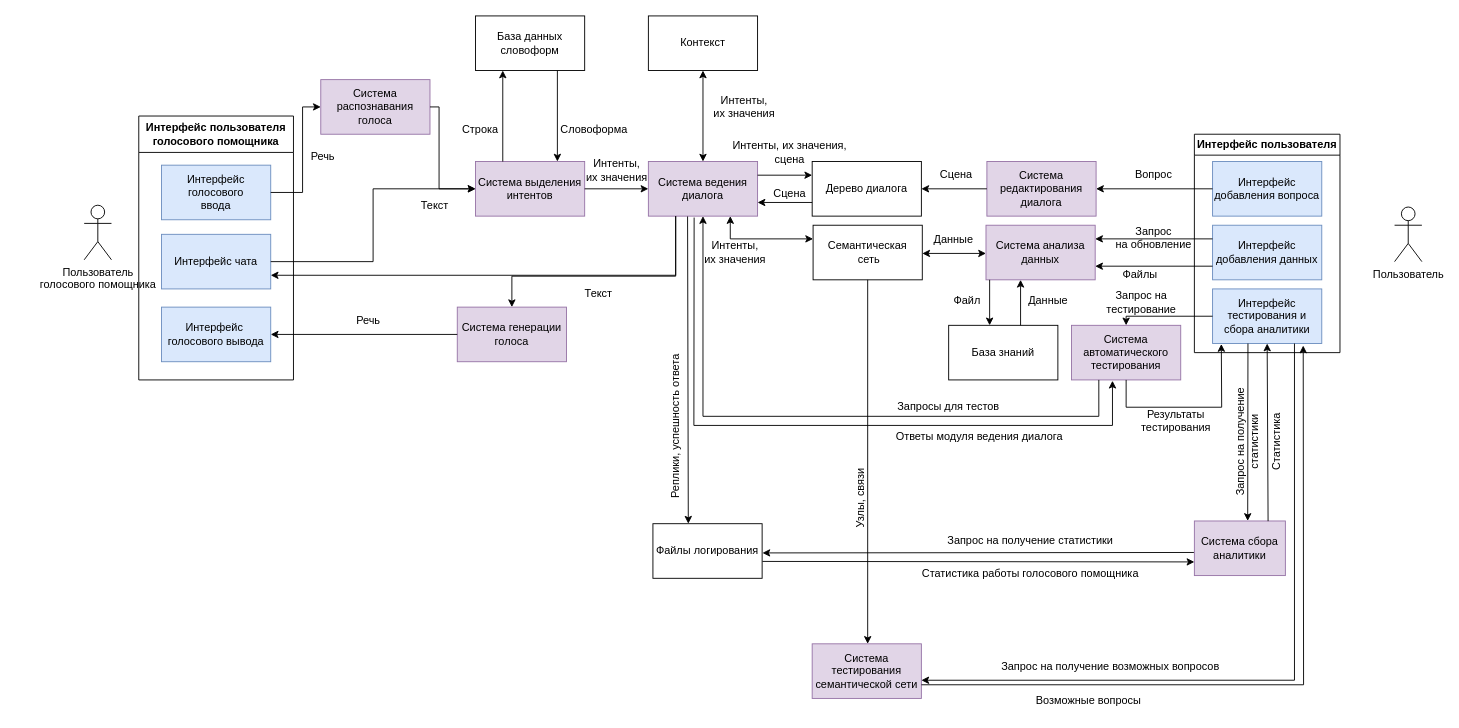
DinaVoron/VAtemplator keeps this draw.io diagram as DOCS/Задание 3. АКД.drawio. Above is the earlier version. Source tidied: cells renumbered, new cells numbered last; positions are measured from the earlier drawing's top-left corner, leaving out a move shared by most shapes. Both pictures are drawn from the tidied source at 91%, with x=0, y=0 at pixel (84, 15).
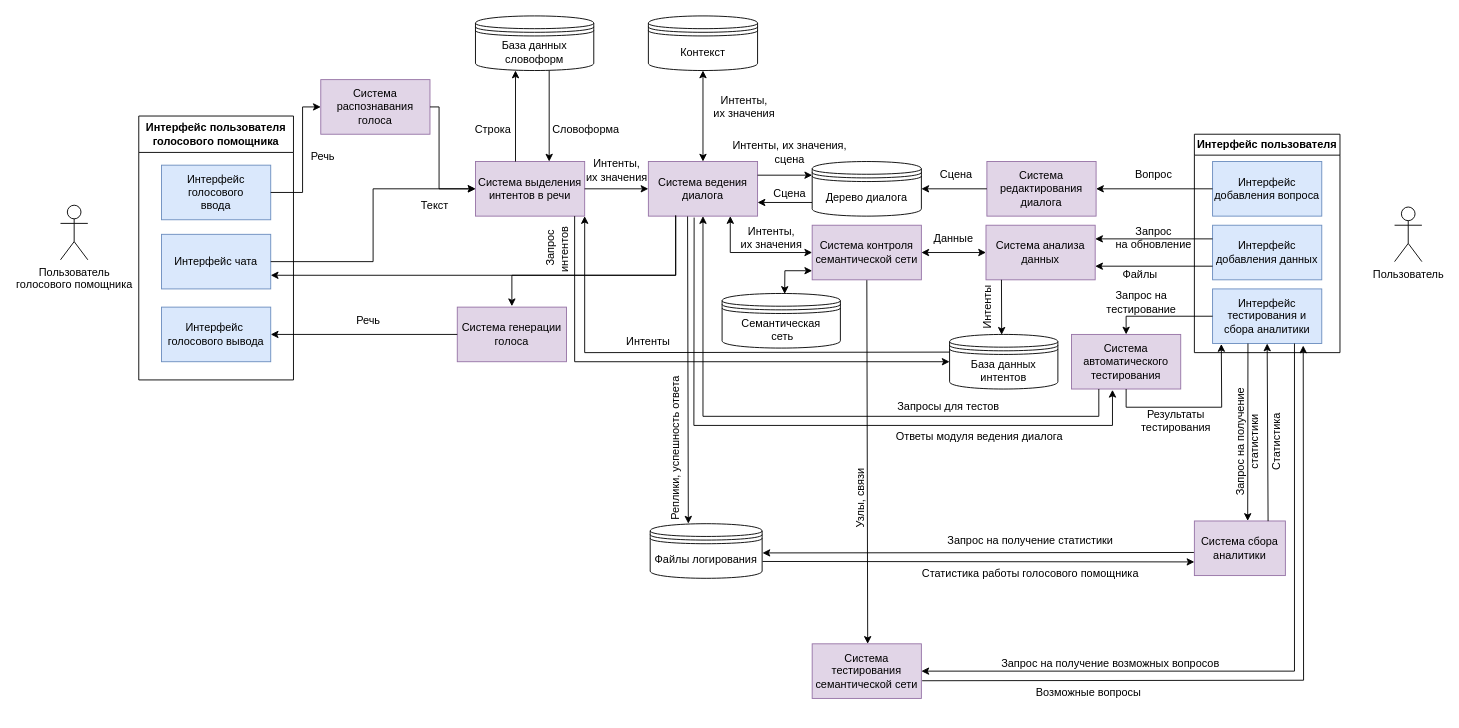
The same diagram, later.

Commit message (it also covers changes not shown here):
Добавить новые схемы и исправить код

The change refers to these unchanged cells:
```xml
<mxCell id="7" value="Интерфейс тестирования и сбора аналитики" style="rounded=0;whiteSpace=wrap;html=1;fillColor=#dae8fc;strokeColor=#6c8ebf;" parent="4" vertex="1">
  <mxGeometry x="20" y="170" width="120" height="60" as="geometry" />
</mxCell>
<mxCell id="8" value="Система редактирования диалога" style="rounded=0;whiteSpace=wrap;html=1;fillColor=#e1d5e7;strokeColor=#9673a6;" parent="1" vertex="1">
  <mxGeometry x="992" y="160" width="120" height="60" as="geometry" />
</mxCell>
<mxCell id="17" value="Система анализа&lt;br&gt;данных" style="rounded=0;whiteSpace=wrap;html=1;fillColor=#e1d5e7;strokeColor=#9673a6;" parent="1" vertex="1">
  <mxGeometry x="991" y="230" width="120" height="60" as="geometry" />
</mxCell>
<mxCell id="33" value="Система генерации&lt;br&gt;голоса" style="rounded=0;whiteSpace=wrap;html=1;fillColor=#e1d5e7;strokeColor=#9673a6;" parent="1" vertex="1">
  <mxGeometry x="410" y="320" width="120" height="60" as="geometry" />
</mxCell>
<mxCell id="40" value="Система ведения диалога" style="rounded=0;whiteSpace=wrap;html=1;fillColor=#e1d5e7;strokeColor=#9673a6;" parent="1" vertex="1">
  <mxGeometry x="620" y="160" width="120" height="60" as="geometry" />
</mxCell>
<mxCell id="73" value="Система сбора аналитики" style="rounded=0;whiteSpace=wrap;html=1;fillColor=#e1d5e7;strokeColor=#9673a6;" parent="1" vertex="1">
  <mxGeometry x="1220" y="555" width="100" height="60" as="geometry" />
</mxCell>
<mxCell id="82" value="Система тестирования семантической сети" style="rounded=0;whiteSpace=wrap;html=1;fillColor=#e1d5e7;strokeColor=#9673a6;" parent="1" vertex="1">
  <mxGeometry x="800" y="690" width="120" height="60" as="geometry" />
</mxCell>
```

What changed in the source:
```diff
@@
     <mxCell id="3" value="Пользователь&lt;br&gt;голосового помощника" style="shape=umlActor;verticalLabelPosition=bottom;verticalAlign=top;html=1;" parent="1" vertex="1">
-      <mxGeometry y="208" width="30" height="60" as="geometry" />
+      <mxGeometry x="-26" y="208" width="30" height="60" as="geometry" />
     </mxCell>
@@
-    <mxCell id="11" value="Дерево диалога" style="rounded=0;whiteSpace=wrap;html=1;" parent="1" vertex="1">
-      <mxGeometry x="800" y="160" width="120" height="60" as="geometry" />
-    </mxCell>
-    <mxCell id="12" value="Семантическая&lt;br&gt;&amp;nbsp;сеть" style="rounded=0;whiteSpace=wrap;html=1;" parent="1" vertex="1">
-      <mxGeometry x="801" y="230" width="120" height="60" as="geometry" />
-    </mxCell>
-    <mxCell id="13" value="База знаний" style="rounded=0;whiteSpace=wrap;html=1;" parent="1" vertex="1">
-      <mxGeometry x="950" y="340" width="120" height="60" as="geometry" />
-    </mxCell>
     <mxCell id="14" value="Система автоматического&lt;br&gt;тестирования" style="rounded=0;whiteSpace=wrap;html=1;fillColor=#e1d5e7;strokeColor=#9673a6;" parent="1" vertex="1">
-      <mxGeometry x="1085" y="340" width="120" height="60" as="geometry" />
+      <mxGeometry x="1085" y="350" width="120" height="60" as="geometry" />
     </mxCell>
-    <mxCell id="15" style="endArrow=classic;html=1;rounded=0;exitX=0;exitY=0.5;exitDx=0;exitDy=0;entryX=1;entryY=0.5;entryDx=0;entryDy=0;" parent="1" edge="1" source="8" target="11">
-      <mxGeometry relative="1" as="geometry" />
+    <mxCell id="15" style="endArrow=classic;html=1;rounded=0;exitX=0;exitY=0.5;exitDx=0;exitDy=0;entryX=1;entryY=0.5;entryDx=0;entryDy=0;" parent="1" edge="1" source="8">
+      <mxGeometry relative="1" as="geometry">
+        <mxPoint x="920" y="190" as="targetPoint" />
+      </mxGeometry>
     </mxCell>
@@
-    <mxCell id="22" style="endArrow=classic;html=1;rounded=0;exitX=0.25;exitY=1;exitDx=0;exitDy=0;entryX=0.25;entryY=0;entryDx=0;entryDy=0;" parent="1" edge="1">
-      <mxGeometry relative="1" as="geometry">
-        <mxPoint x="995" y="290" as="sourcePoint" />
-        <mxPoint x="995" y="340" as="targetPoint" />
-      </mxGeometry>
-    </mxCell>
-    <mxCell id="23" style="endArrow=classic;html=1;rounded=0;exitX=0.75;exitY=0;exitDx=0;exitDy=0;entryX=0.75;entryY=1;entryDx=0;entryDy=0;" parent="1" edge="1">
-      <mxGeometry relative="1" as="geometry">
-        <mxPoint x="1029" y="340" as="sourcePoint" />
-        <mxPoint x="1029" y="290" as="targetPoint" />
-      </mxGeometry>
-    </mxCell>
-    <mxCell id="24" value="Данные" style="text;html=1;align=center;verticalAlign=middle;strokeColor=none;fillColor=none;" parent="1" vertex="1">
-      <mxGeometry x="1024" y="298" width="70" height="30" as="geometry" />
-    </mxCell>
-    <mxCell id="25" value="Файл" style="text;html=1;align=center;verticalAlign=middle;strokeColor=none;fillColor=none;" parent="1" vertex="1">
-      <mxGeometry x="945" y="298" width="50" height="30" as="geometry" />
-    </mxCell>
-    <mxCell id="26" style="endArrow=classic;html=1;rounded=0;exitX=1;exitY=0.25;exitDx=0;exitDy=0;entryX=0;entryY=0.25;entryDx=0;entryDy=0;entryPerimeter=0;startArrow=classic;startFill=1;" parent="1" edge="1">
-      <mxGeometry relative="1" as="geometry">
-        <mxPoint x="921" y="261" as="sourcePoint" />
-        <mxPoint x="991" y="261" as="targetPoint" />
-      </mxGeometry>
+    <mxCell id="26" style="endArrow=classic;html=1;rounded=0;startArrow=classic;startFill=1;" parent="1" edge="1" source="95" target="17">
+      <mxGeometry relative="1" as="geometry" />
     </mxCell>
-    <mxCell id="27" value="Файлы логирования" style="rounded=0;whiteSpace=wrap;html=1;" parent="1" vertex="1">
-      <mxGeometry x="625" y="558" width="120" height="60" as="geometry" />
-    </mxCell>
@@
-    <mxCell id="35" value="Система выделения&lt;br&gt;интентов" style="rounded=0;whiteSpace=wrap;html=1;fillColor=#e1d5e7;strokeColor=#9673a6;" parent="1" vertex="1">
+    <mxCell id="35" value="Система выделения&lt;br&gt;интентов в речи" style="rounded=0;whiteSpace=wrap;html=1;fillColor=#e1d5e7;strokeColor=#9673a6;" parent="1" vertex="1">
       <mxGeometry x="430" y="160" width="120" height="60" as="geometry" />
     </mxCell>
-    <mxCell id="36" value="База данных словоформ" style="rounded=0;whiteSpace=wrap;html=1;" parent="1" vertex="1">
-      <mxGeometry x="430" width="120" height="60" as="geometry" />
-    </mxCell>
@@
-    <mxCell id="39" value="Контекст" style="rounded=0;whiteSpace=wrap;html=1;" parent="1" vertex="1">
-      <mxGeometry x="620" width="120" height="60" as="geometry" />
-    </mxCell>
@@
-    <mxCell id="43" style="endArrow=classic;html=1;rounded=0;exitX=0.25;exitY=0;exitDx=0;exitDy=0;entryX=0.25;entryY=1;entryDx=0;entryDy=0;" parent="1" edge="1" source="35" target="36">
-      <mxGeometry relative="1" as="geometry" />
+    <mxCell id="43" style="endArrow=classic;html=1;rounded=0;exitX=0.25;exitY=0;exitDx=0;exitDy=0;entryX=0.25;entryY=1;entryDx=0;entryDy=0;" parent="1" edge="1">
+      <mxGeometry relative="1" as="geometry">
+        <mxPoint x="474" y="160" as="sourcePoint" />
+        <mxPoint x="474" y="60" as="targetPoint" />
+      </mxGeometry>
     </mxCell>
     <mxCell id="44" value="Строка" style="text;html=1;align=center;verticalAlign=middle;strokeColor=none;fillColor=none;" parent="1" vertex="1">
-      <mxGeometry x="405" y="110" width="60" height="30" as="geometry" />
+      <mxGeometry x="419" y="110" width="60" height="30" as="geometry" />
     </mxCell>
-    <mxCell id="45" style="endArrow=classic;html=1;rounded=0;exitX=0.75;exitY=1;exitDx=0;exitDy=0;entryX=0.75;entryY=0;entryDx=0;entryDy=0;" parent="1" edge="1" source="36" target="35">
-      <mxGeometry relative="1" as="geometry" />
+    <mxCell id="45" style="endArrow=classic;html=1;rounded=0;exitX=0.75;exitY=1;exitDx=0;exitDy=0;entryX=0.75;entryY=0;entryDx=0;entryDy=0;" parent="1" edge="1">
+      <mxGeometry relative="1" as="geometry">
+        <mxPoint x="511" y="60" as="sourcePoint" />
+        <mxPoint x="511" y="160" as="targetPoint" />
+      </mxGeometry>
     </mxCell>
     <mxCell id="46" value="Словоформа" style="text;html=1;align=center;verticalAlign=middle;strokeColor=none;fillColor=none;" parent="1" vertex="1">
-      <mxGeometry x="510" y="110" width="100" height="30" as="geometry" />
+      <mxGeometry x="501" y="110" width="100" height="30" as="geometry" />
     </mxCell>
-    <mxCell id="47" style="endArrow=classic;html=1;rounded=0;exitX=1;exitY=0.25;exitDx=0;exitDy=0;entryX=0;entryY=0.25;entryDx=0;entryDy=0;" parent="1" edge="1" source="40" target="11">
-      <mxGeometry relative="1" as="geometry" />
+    <mxCell id="47" style="endArrow=classic;html=1;rounded=0;exitX=1;exitY=0.25;exitDx=0;exitDy=0;entryX=0;entryY=0.25;entryDx=0;entryDy=0;" parent="1" edge="1" source="40">
+      <mxGeometry relative="1" as="geometry">
+        <mxPoint x="800" y="175" as="targetPoint" />
+      </mxGeometry>
     </mxCell>
-    <mxCell id="48" style="endArrow=classic;html=1;rounded=0;exitX=0;exitY=0.75;exitDx=0;exitDy=0;entryX=1;entryY=0.75;entryDx=0;entryDy=0;" parent="1" edge="1" source="11" target="40">
-      <mxGeometry relative="1" as="geometry" />
+    <mxCell id="48" style="endArrow=classic;html=1;rounded=0;exitX=0;exitY=0.75;exitDx=0;exitDy=0;entryX=1;entryY=0.75;entryDx=0;entryDy=0;" parent="1" edge="1" target="40">
+      <mxGeometry relative="1" as="geometry">
+        <mxPoint x="800" y="205" as="sourcePoint" />
+      </mxGeometry>
     </mxCell>
@@
-    <mxCell id="54" style="endArrow=classic;html=1;rounded=0;exitX=0.5;exitY=0;exitDx=0;exitDy=0;entryX=0.5;entryY=1;entryDx=0;entryDy=0;startArrow=classic;startFill=1;" parent="1" edge="1" source="40" target="39">
-      <mxGeometry relative="1" as="geometry" />
+    <mxCell id="54" style="endArrow=classic;html=1;rounded=0;exitX=0.5;exitY=0;exitDx=0;exitDy=0;entryX=0.5;entryY=1;entryDx=0;entryDy=0;startArrow=classic;startFill=1;" parent="1" edge="1" source="40">
+      <mxGeometry relative="1" as="geometry">
+        <mxPoint x="680" y="60" as="targetPoint" />
+      </mxGeometry>
     </mxCell>
@@
-    <mxCell id="56" style="endArrow=classic;html=1;rounded=0;exitX=0.75;exitY=1;exitDx=0;exitDy=0;entryX=0;entryY=0.25;entryDx=0;entryDy=0;edgeStyle=orthogonalEdgeStyle;startArrow=classic;startFill=1;" parent="1" edge="1" source="40" target="12">
-      <mxGeometry relative="1" as="geometry" />
-    </mxCell>
     <mxCell id="57" value="Интенты, &lt;br&gt;их значения" style="text;html=1;align=center;verticalAlign=middle;strokeColor=none;fillColor=none;" parent="1" vertex="1">
-      <mxGeometry x="670" y="240" width="90" height="40" as="geometry" />
+      <mxGeometry x="710" y="224" width="90" height="40" as="geometry" />
     </mxCell>
@@
-    <mxCell id="59" style="endArrow=classic;html=1;rounded=0;edgeStyle=orthogonalEdgeStyle;entryX=0.5;entryY=0;entryDx=0;entryDy=0;" parent="1" edge="1" target="33">
+    <mxCell id="59" style="endArrow=classic;html=1;rounded=0;edgeStyle=orthogonalEdgeStyle;entryX=0.5;entryY=0;entryDx=0;entryDy=0;" parent="1" edge="1">
       <mxGeometry relative="1" as="geometry">
-        <mxPoint x="650" y="220" as="sourcePoint" />
+        <mxPoint x="650" y="219" as="sourcePoint" />
+        <mxPoint x="470" y="319" as="targetPoint" />
         <Array as="points">
-          <mxPoint x="650" y="286" />
-          <mxPoint x="470" y="286" />
+          <mxPoint x="650" y="285" />
+          <mxPoint x="470" y="285" />
         </Array>
       </mxGeometry>
     </mxCell>
-    <mxCell id="60" value="Текст" style="text;html=1;align=center;verticalAlign=middle;strokeColor=none;fillColor=none;" parent="1" vertex="1">
-      <mxGeometry x="540" y="290" width="50" height="30" as="geometry" />
-    </mxCell>
@@
-    <mxCell id="70" style="endArrow=classic;html=1;rounded=0;exitX=0.359;exitY=1.006;exitDx=0;exitDy=0;exitPerimeter=0;entryX=0.324;entryY=-0.001;entryDx=0;entryDy=0;entryPerimeter=0;" parent="1" edge="1" source="40" target="27">
-      <mxGeometry relative="1" as="geometry" />
+    <mxCell id="70" style="endArrow=classic;html=1;rounded=0;exitX=0.359;exitY=1.006;exitDx=0;exitDy=0;exitPerimeter=0;entryX=0.324;entryY=-0.001;entryDx=0;entryDy=0;entryPerimeter=0;" parent="1" edge="1" source="40">
+      <mxGeometry relative="1" as="geometry">
+        <mxPoint x="663.9" y="557.9" as="targetPoint" />
+      </mxGeometry>
     </mxCell>
     <mxCell id="71" value="Реплики, успешность ответа" style="text;html=1;strokeColor=none;fillColor=none;align=center;verticalAlign=middle;whiteSpace=wrap;rounded=0;rotation=-90;" parent="1" vertex="1">
-      <mxGeometry x="565" y="436" width="170" height="30" as="geometry" />
+      <mxGeometry x="565" y="460" width="170" height="30" as="geometry" />
     </mxCell>
@@
-    <mxCell id="75" style="endArrow=classic;html=1;rounded=0;exitX=-0.005;exitY=0.577;exitDx=0;exitDy=0;entryX=1.003;entryY=0.535;entryDx=0;entryDy=0;exitPerimeter=0;entryPerimeter=0;" parent="1" edge="1" source="73" target="27">
-      <mxGeometry relative="1" as="geometry" />
+    <mxCell id="75" style="endArrow=classic;html=1;rounded=0;exitX=-0.005;exitY=0.577;exitDx=0;exitDy=0;entryX=1.003;entryY=0.535;entryDx=0;entryDy=0;exitPerimeter=0;entryPerimeter=0;" parent="1" edge="1" source="73">
+      <mxGeometry relative="1" as="geometry">
+        <mxPoint x="745.4" y="590.1" as="targetPoint" />
+      </mxGeometry>
     </mxCell>
@@
-    <mxCell id="77" style="endArrow=classic;html=1;rounded=0;exitX=1.003;exitY=0.691;exitDx=0;exitDy=0;entryX=0;entryY=0.75;entryDx=0;entryDy=0;exitPerimeter=0;" parent="1" edge="1" source="27" target="73">
-      <mxGeometry relative="1" as="geometry" />
+    <mxCell id="77" style="endArrow=classic;html=1;rounded=0;exitX=1.003;exitY=0.691;exitDx=0;exitDy=0;entryX=0;entryY=0.75;entryDx=0;entryDy=0;exitPerimeter=0;" parent="1" edge="1" target="73">
+      <mxGeometry relative="1" as="geometry">
+        <mxPoint x="745.4" y="599.5" as="sourcePoint" />
+      </mxGeometry>
     </mxCell>
@@
-    <mxCell id="81" style="endArrow=none;html=1;rounded=0;entryX=0.5;entryY=1;entryDx=0;entryDy=0;endFill=0;startArrow=classic;startFill=1;" parent="1" edge="1" target="12">
+    <mxCell id="81" style="endArrow=none;html=1;rounded=0;endFill=0;startArrow=classic;startFill=1;" parent="1" edge="1" target="95">
       <mxGeometry relative="1" as="geometry">
         <mxPoint x="861" y="690" as="sourcePoint" />
       </mxGeometry>
     </mxCell>
@@
-    <mxCell id="83" style="endArrow=classic;html=1;rounded=0;exitX=1;exitY=0.75;exitDx=0;exitDy=0;entryX=0.83;entryY=1.037;entryDx=0;entryDy=0;entryPerimeter=0;" parent="1" edge="1" source="82" target="7">
+    <mxCell id="83" style="endArrow=classic;html=1;rounded=0;exitX=1.007;exitY=0.676;exitDx=0;exitDy=0;entryX=0.83;entryY=1.037;entryDx=0;entryDy=0;entryPerimeter=0;exitPerimeter=0;" parent="1" edge="1" source="82" target="7">
       <mxGeometry relative="1" as="geometry">
         <Array as="points">
-          <mxPoint x="1340" y="735" />
+          <mxPoint x="1340" y="730" />
         </Array>
       </mxGeometry>
     </mxCell>
     <mxCell id="84" value="Возможные вопросы" style="text;html=1;strokeColor=none;fillColor=none;align=center;verticalAlign=middle;whiteSpace=wrap;rounded=0;rotation=0;" parent="1" vertex="1">
-      <mxGeometry x="1024" y="740" width="160" height="25" as="geometry" />
+      <mxGeometry x="1024" y="731" width="160" height="25" as="geometry" />
     </mxCell>
@@
-    <mxCell id="86" style="endArrow=classic;html=1;rounded=0;exitX=0.75;exitY=1;exitDx=0;exitDy=0;entryX=1;entryY=0.667;entryDx=0;entryDy=0;entryPerimeter=0;" parent="1" edge="1" source="7" target="82">
+    <mxCell id="86" style="endArrow=classic;html=1;rounded=0;exitX=0.75;exitY=1;exitDx=0;exitDy=0;entryX=1;entryY=0.5;entryDx=0;entryDy=0;" parent="1" edge="1" source="7" target="82">
       <mxGeometry relative="1" as="geometry">
         <Array as="points">
-          <mxPoint x="1330" y="730" />
+          <mxPoint x="1330" y="720" />
         </Array>
       </mxGeometry>
     </mxCell>
     <mxCell id="87" value="Запрос на получение возможных вопросов" style="text;html=1;strokeColor=none;fillColor=none;align=center;verticalAlign=middle;whiteSpace=wrap;rounded=0;" parent="1" vertex="1">
-      <mxGeometry x="980" y="700" width="296" height="30" as="geometry" />
+      <mxGeometry x="980" y="697" width="296" height="30" as="geometry" />
     </mxCell>
     <mxCell id="88" value="Данные" style="text;html=1;align=center;verticalAlign=middle;strokeColor=none;fillColor=none;" parent="1" vertex="1">
-      <mxGeometry x="920" y="231" width="70" height="30" as="geometry" />
+      <mxGeometry x="920" y="230" width="70" height="30" as="geometry" />
     </mxCell>
+    <mxCell id="89" style="endArrow=classic;html=1;rounded=0;exitX=0.25;exitY=1;exitDx=0;exitDy=0;entryX=0.481;entryY=0.006;entryDx=0;entryDy=0;entryPerimeter=0;" parent="1" edge="1" target="98">
+      <mxGeometry relative="1" as="geometry">
+        <mxPoint x="1008" y="290" as="sourcePoint" />
+      </mxGeometry>
+    </mxCell>
+    <mxCell id="90" value="Интенты" style="text;html=1;strokeColor=none;fillColor=none;align=center;verticalAlign=middle;whiteSpace=wrap;rounded=0;rotation=270;" parent="1" vertex="1">
+      <mxGeometry x="958" y="305" width="70" height="30" as="geometry" />
+    </mxCell>
+    <mxCell id="91" style="endArrow=none;html=1;rounded=0;exitX=0;exitY=0.5;exitDx=0;exitDy=0;entryX=0.908;entryY=1;entryDx=0;entryDy=0;entryPerimeter=0;endFill=0;startArrow=classic;startFill=1;" parent="1" edge="1" source="98" target="35">
+      <mxGeometry relative="1" as="geometry">
+        <Array as="points">
+          <mxPoint x="539" y="380" />
+        </Array>
+      </mxGeometry>
+    </mxCell>
+    <mxCell id="92" value="Интенты" style="text;html=1;strokeColor=none;fillColor=none;align=center;verticalAlign=middle;whiteSpace=wrap;rounded=0;rotation=0;" parent="1" vertex="1">
+      <mxGeometry x="590" y="343" width="60" height="30" as="geometry" />
+    </mxCell>
+    <mxCell id="93" value="Запрос интентов&amp;nbsp;" style="text;html=1;strokeColor=none;fillColor=none;align=center;verticalAlign=middle;whiteSpace=wrap;rounded=0;rotation=-90;" parent="1" vertex="1">
+      <mxGeometry x="490" y="240" width="60" height="30" as="geometry" />
+    </mxCell>
+    <mxCell id="94" style="endArrow=none;html=1;rounded=0;exitX=1;exitY=1;exitDx=0;exitDy=0;entryX=-0.004;entryY=0.323;entryDx=0;entryDy=0;entryPerimeter=0;endFill=0;startArrow=classic;startFill=1;" parent="1" edge="1" source="35">
+      <mxGeometry relative="1" as="geometry">
+        <mxPoint x="959.5" y="369.4" as="targetPoint" />
+        <Array as="points">
+          <mxPoint x="550" y="370" />
+        </Array>
+      </mxGeometry>
+    </mxCell>
+    <mxCell id="11" value="Дерево диалога" style="shape=datastore;whiteSpace=wrap;html=1;" parent="1" vertex="1">
+      <mxGeometry x="800" y="160" width="120" height="60" as="geometry" />
+    </mxCell>
+    <mxCell id="12" value="Семантическая&lt;br style=&quot;border-color: var(--border-color);&quot;&gt;&amp;nbsp;сеть" style="shape=datastore;whiteSpace=wrap;html=1;" parent="1" vertex="1">
+      <mxGeometry x="701" y="305" width="130" height="60" as="geometry" />
+    </mxCell>
+    <mxCell id="95" value="Система контроля семантической сети" style="rounded=0;whiteSpace=wrap;html=1;fillColor=#e1d5e7;strokeColor=#9673a6;" parent="1" vertex="1">
+      <mxGeometry x="800" y="230" width="120" height="60" as="geometry" />
+    </mxCell>
+    <mxCell id="96" style="endArrow=classic;html=1;rounded=0;edgeStyle=orthogonalEdgeStyle;entryX=0.75;entryY=1;entryDx=0;entryDy=0;startArrow=classic;startFill=1;" parent="1" edge="1" source="95" target="40">
+      <mxGeometry relative="1" as="geometry" />
+    </mxCell>
+    <mxCell id="97" style="endArrow=classic;startArrow=classic;html=1;rounded=0;exitX=0.529;exitY=0.008;exitDx=0;exitDy=0;exitPerimeter=0;" parent="1" edge="1" source="12">
+      <mxGeometry relative="1" as="geometry">
+        <mxPoint x="800" y="280" as="targetPoint" />
+        <Array as="points">
+          <mxPoint x="770" y="280" />
+        </Array>
+      </mxGeometry>
+    </mxCell>
+    <mxCell id="39" value="Контекст" style="shape=datastore;whiteSpace=wrap;html=1;" parent="1" vertex="1">
+      <mxGeometry x="620" width="120" height="60" as="geometry" />
+    </mxCell>
+    <mxCell id="36" value="База данных словоформ" style="shape=datastore;whiteSpace=wrap;html=1;" parent="1" vertex="1">
+      <mxGeometry x="430" width="130" height="60" as="geometry" />
+    </mxCell>
+    <mxCell id="27" value="&lt;div style=&quot;&quot;&gt;&lt;span style=&quot;background-color: initial;&quot;&gt;Файлы логирования&lt;/span&gt;&lt;br&gt;&lt;/div&gt;" style="shape=datastore;whiteSpace=wrap;html=1;align=center;" parent="1" vertex="1">
+      <mxGeometry x="622" y="558" width="123" height="60" as="geometry" />
+    </mxCell>
+    <mxCell id="98" value="База данных интентов" style="shape=datastore;whiteSpace=wrap;html=1;" parent="1" vertex="1">
+      <mxGeometry x="951" y="350" width="119" height="60" as="geometry" />
+    </mxCell>
```
